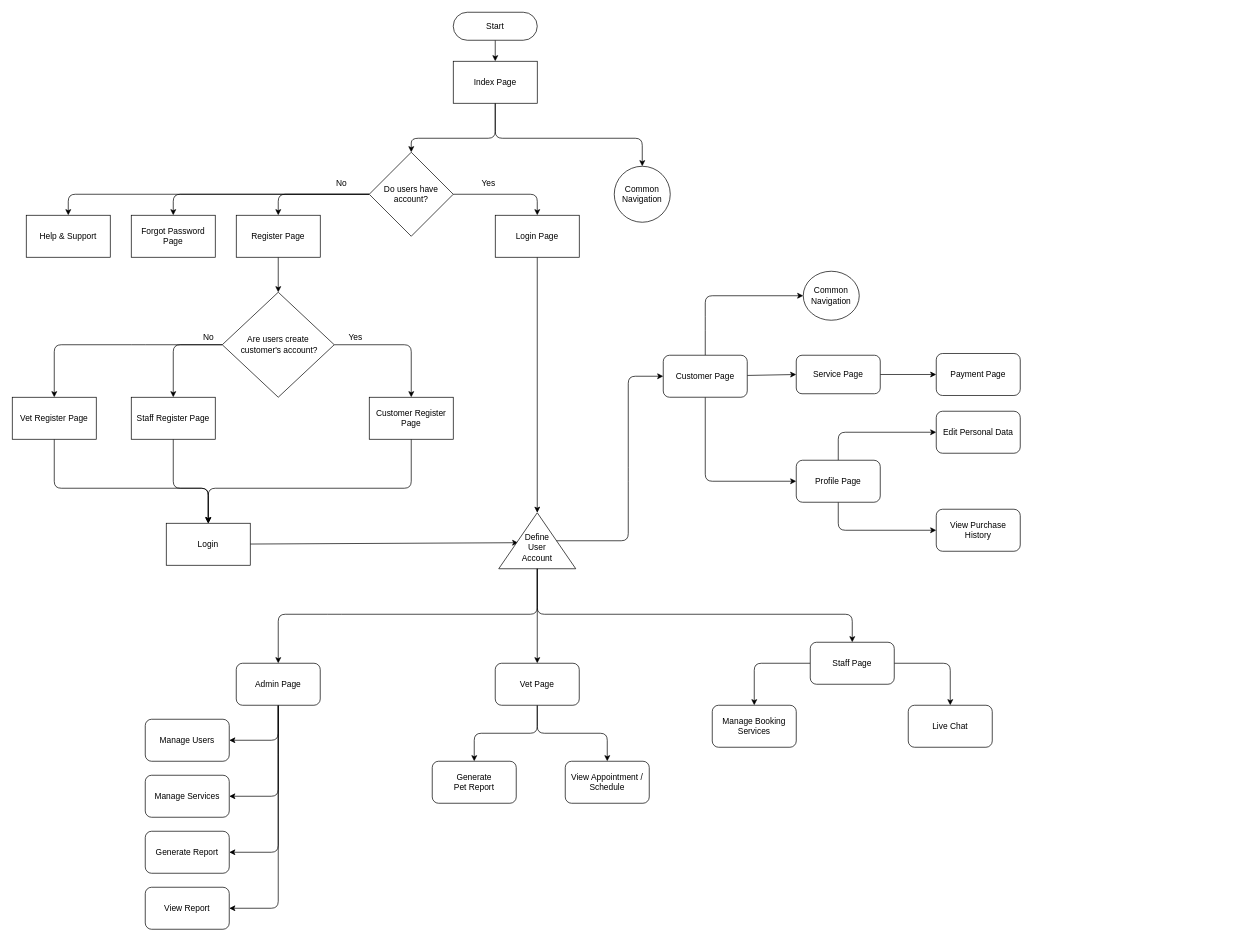
Earlier version of the draw.io diagram SDPflowchart.drawio (Kentcwk26/SDP). Source tidied: cells renumbered, new cells numbered last; positions are measured from the earlier drawing's top-left corner, leaving out a move shared by most shapes. Both pictures are drawn from the tidied source at 70%, with x=0, y=0 at pixel (12, 12).
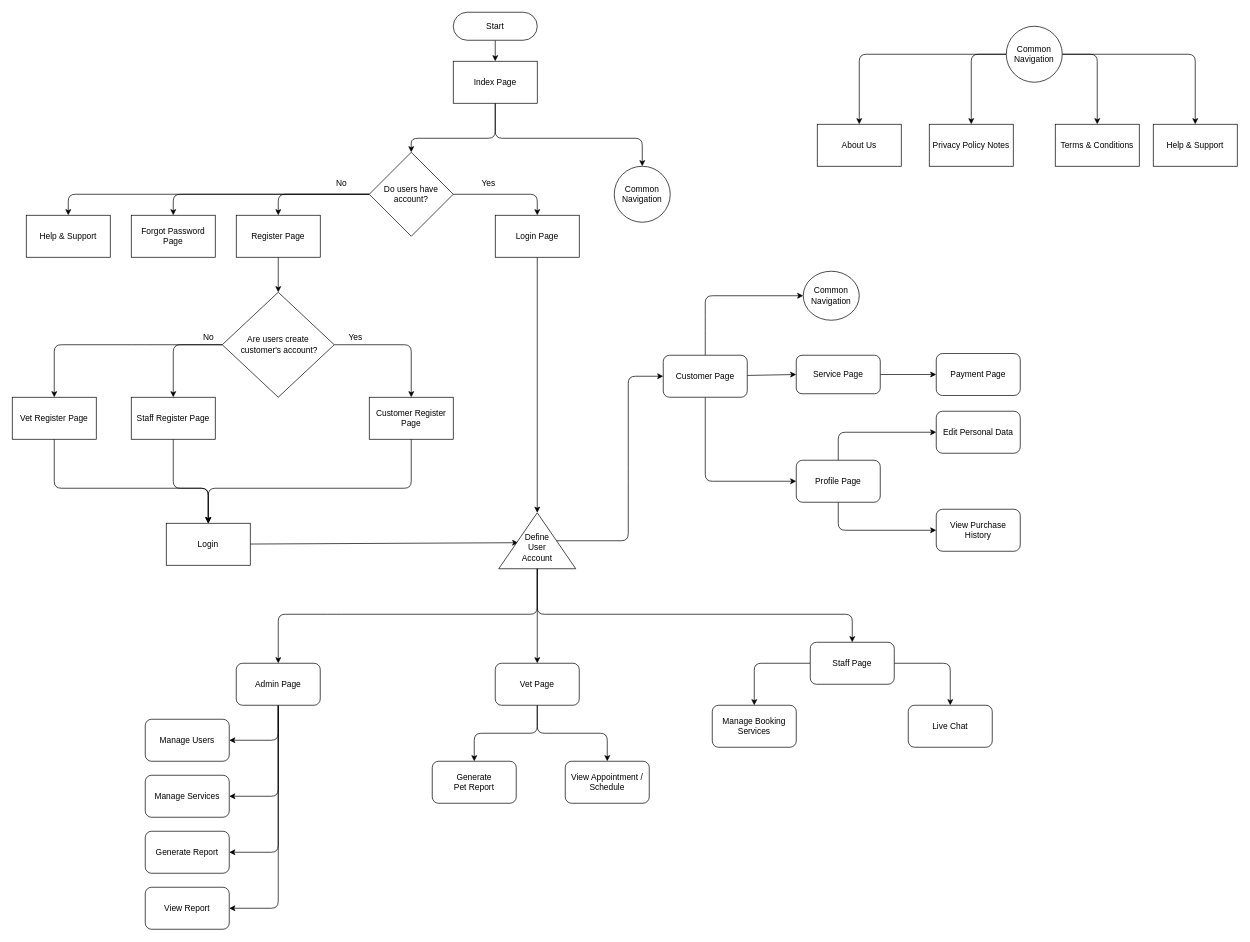
Above is the later version.

Commit message:
Edit flowchart SDP

The edit, as a diff of the source:
```diff
@@
+    <mxCell id="73" style="edgeStyle=none;html=1;" parent="1" edge="1" source="77" target="78">
+      <mxGeometry relative="1" as="geometry">
+        <Array as="points">
+          <mxPoint x="1210" y="60" />
+        </Array>
+      </mxGeometry>
+    </mxCell>
+    <mxCell id="74" style="edgeStyle=none;html=1;" parent="1" edge="1" source="77" target="79">
+      <mxGeometry relative="1" as="geometry">
+        <Array as="points">
+          <mxPoint x="1370" y="60" />
+        </Array>
+      </mxGeometry>
+    </mxCell>
+    <mxCell id="75" style="edgeStyle=none;html=1;" parent="1" edge="1" source="77" target="80">
+      <mxGeometry relative="1" as="geometry">
+        <Array as="points">
+          <mxPoint x="1550" y="60" />
+        </Array>
+      </mxGeometry>
+    </mxCell>
+    <mxCell id="76" style="edgeStyle=none;html=1;" parent="1" edge="1" source="77" target="81">
+      <mxGeometry relative="1" as="geometry">
+        <Array as="points">
+          <mxPoint x="1690" y="60" />
+        </Array>
+      </mxGeometry>
+    </mxCell>
+    <mxCell id="77" value="Common Navigation" style="ellipse;whiteSpace=wrap;html=1;rounded=1;arcSize=0;" parent="1" vertex="1">
+      <mxGeometry x="1420" y="20" width="80" height="80" as="geometry" />
+    </mxCell>
+    <mxCell id="78" value="About Us" style="whiteSpace=wrap;html=1;rounded=1;arcSize=0;" parent="1" vertex="1">
+      <mxGeometry x="1150" y="160" width="120" height="60" as="geometry" />
+    </mxCell>
+    <mxCell id="79" value="Privacy Policy Notes" style="whiteSpace=wrap;html=1;rounded=1;arcSize=0;" parent="1" vertex="1">
+      <mxGeometry x="1310" y="160" width="120" height="60" as="geometry" />
+    </mxCell>
+    <mxCell id="80" value="Terms &amp;amp; Conditions" style="whiteSpace=wrap;html=1;rounded=1;arcSize=0;" parent="1" vertex="1">
+      <mxGeometry x="1490" y="160" width="120" height="60" as="geometry" />
+    </mxCell>
+    <mxCell id="81" value="Help &amp;amp; Support" style="whiteSpace=wrap;html=1;rounded=1;arcSize=0;" parent="1" vertex="1">
+      <mxGeometry x="1630" y="160" width="120" height="60" as="geometry" />
+    </mxCell>
```
